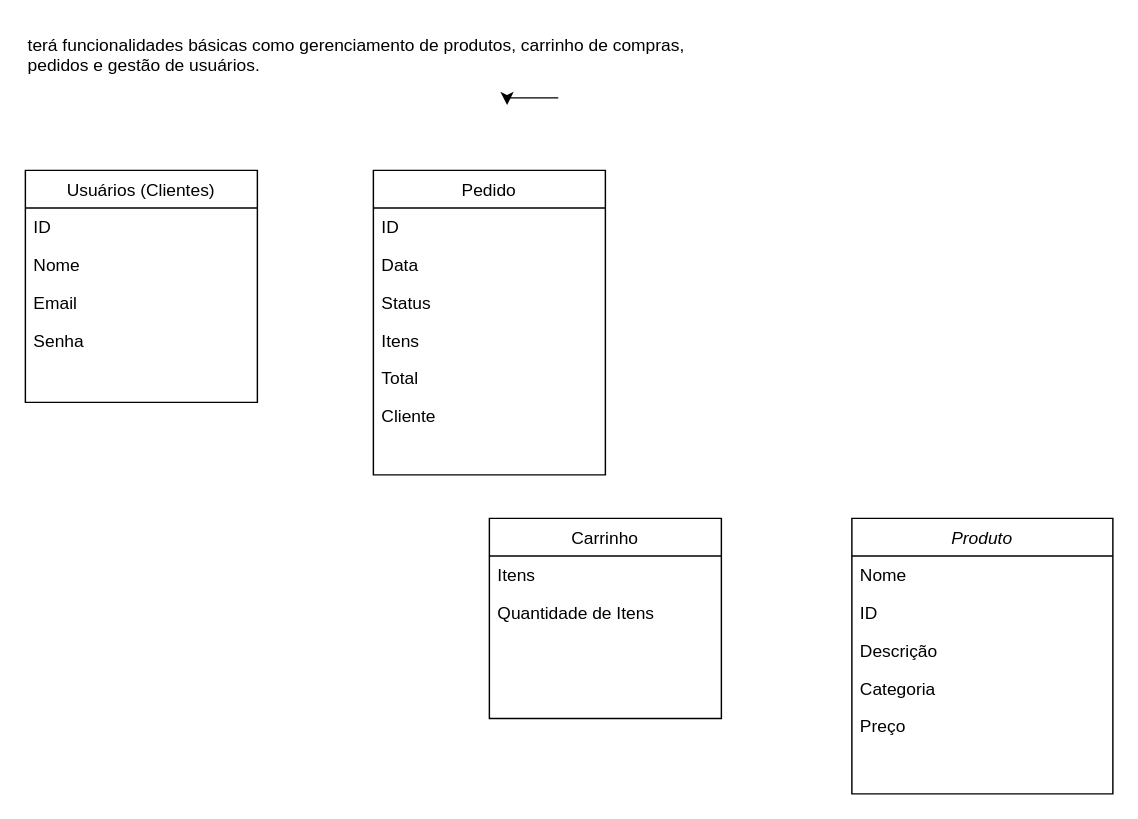
This is Implementação de projetos WEB.drawio from liviashara/E, a draw.io file, before an edit. Source tidied: cells renumbered, new cells numbered last; positions are measured from the earlier drawing's top-left corner, leaving out a move shared by most shapes. Both pictures are drawn from the tidied source at 145%, with x=0, y=0 at pixel (25, 25).
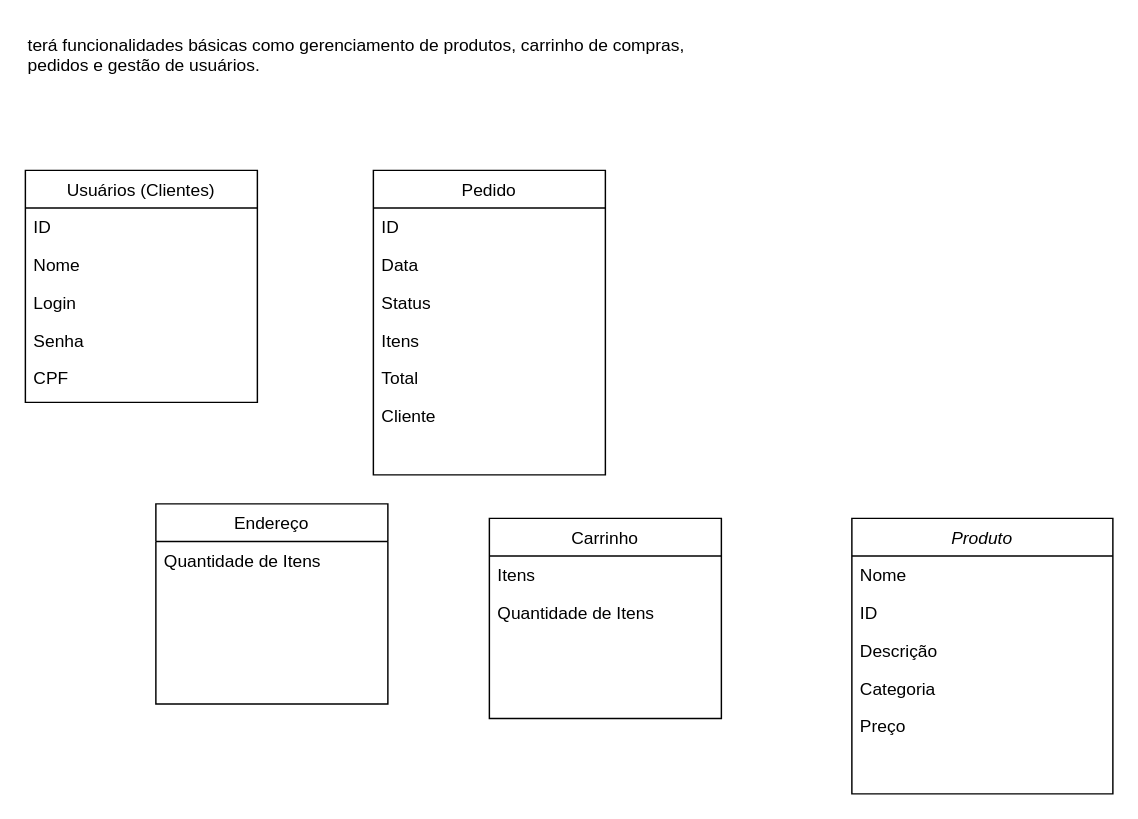
After the change.

The change refers to these unchanged cells:
```xml
<mxCell id="15" value="Usuários (Clientes)&#10;&#10;" style="swimlane;fontStyle=0;align=center;verticalAlign=top;horizontal=1;startSize=26;rounded=0;shadow=0;strokeWidth=1;" parent="1" vertex="1">
  <mxGeometry y="100" width="160" height="160" as="geometry" />
</mxCell>
<mxCell id="20" value="terá funcionalidades básicas como gerenciamento de produtos, carrinho de compras, &lt;br&gt;pedidos e gestão de usuários." style="text;whiteSpace=wrap;html=1;" parent="1" vertex="1">
  <mxGeometry width="490" height="50" as="geometry" />
</mxCell>
```

What changed in the source:
```diff
@@
-    <mxCell id="18" value="Email" style="text;align=left;verticalAlign=top;spacingLeft=4;spacingRight=4;overflow=hidden;rounded=0;shadow=0;html=0;" parent="15" vertex="1">
+    <mxCell id="18" value="Login" style="text;align=left;verticalAlign=top;spacingLeft=4;spacingRight=4;overflow=hidden;rounded=0;shadow=0;html=0;" parent="15" vertex="1">
       <mxGeometry y="78" width="160" height="26" as="geometry" />
     </mxCell>
@@
+    <mxCell id="25" value="CPF&#10;&#10;&#10;" style="text;align=left;verticalAlign=top;spacingLeft=4;spacingRight=4;overflow=hidden;rounded=0;shadow=0;html=0;" parent="15" vertex="1">
+      <mxGeometry y="130" width="160" height="26" as="geometry" />
+    </mxCell>
@@
-    <mxCell id="24" style="edgeStyle=orthogonalEdgeStyle;rounded=0;orthogonalLoop=1;jettySize=auto;html=1;exitX=0.75;exitY=1;exitDx=0;exitDy=0;entryX=0.678;entryY=1.1;entryDx=0;entryDy=0;entryPerimeter=0;" parent="1" edge="1" source="20" target="20">
-      <mxGeometry relative="1" as="geometry" />
-    </mxCell>
+    <mxCell id="26" value="Endereço" style="swimlane;fontStyle=0;align=center;verticalAlign=top;horizontal=1;startSize=26;rounded=0;shadow=0;strokeWidth=1;" parent="1" vertex="1">
+      <mxGeometry x="90" y="330" width="160" height="138" as="geometry" />
+    </mxCell>
+    <mxCell id="27" value="Quantidade de Itens " style="text;align=left;verticalAlign=top;spacingLeft=4;spacingRight=4;overflow=hidden;" parent="26" vertex="1">
+      <mxGeometry y="26" width="160" height="26" as="geometry" />
+    </mxCell>
```
